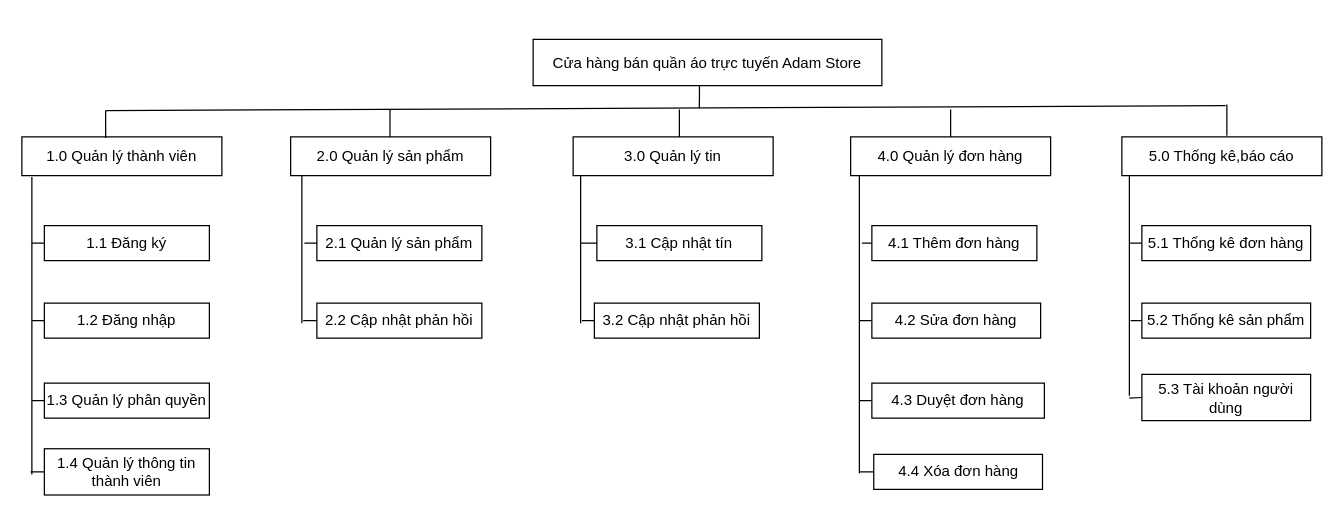
This is sdophancapchucnang.drawio from DungCR7/PHP, a draw.io file, before an edit. Source tidied: cells renumbered, new cells numbered last; positions are measured from the earlier drawing's top-left corner, leaving out a move shared by most shapes. Both pictures are drawn from the tidied source at 125%, with x=0, y=0 at pixel (21, 39).
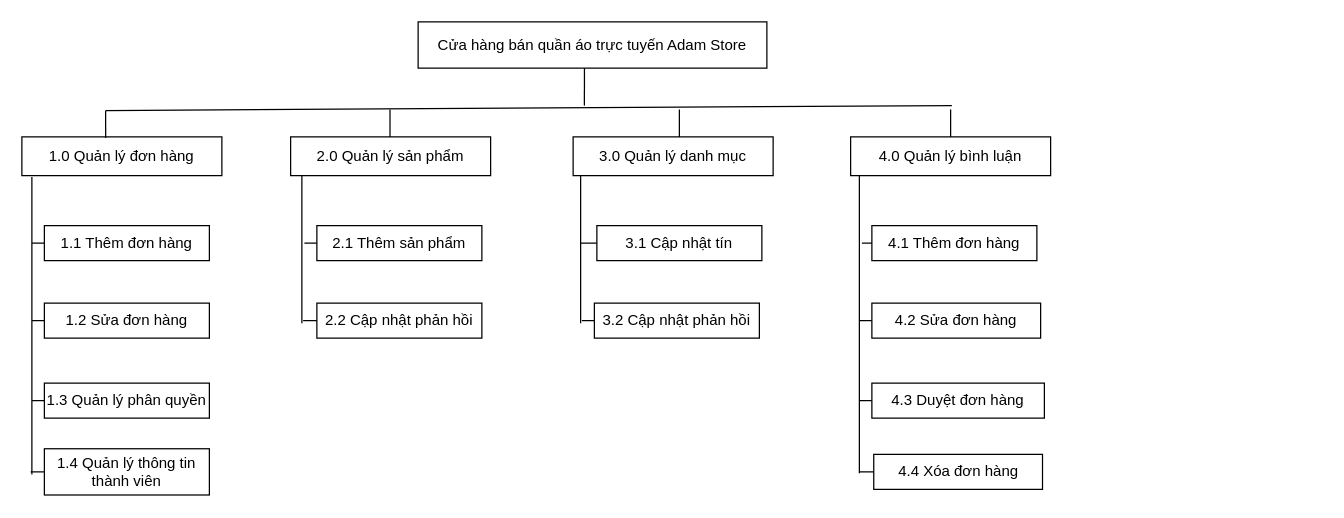
After the change.

Diff of the diagram source:
```diff
@@
     <mxCell id="2" value="Cửa hàng bán quần áo trực tuyến Adam Store" style="rounded=0;whiteSpace=wrap;html=1;" parent="1" vertex="1">
-      <mxGeometry x="409" width="279" height="37" as="geometry" />
+      <mxGeometry x="317" y="-14" width="279" height="37" as="geometry" />
     </mxCell>
-    <mxCell id="3" value="1.0 Quản lý thành viên" style="rounded=0;whiteSpace=wrap;html=1;" parent="1" vertex="1">
+    <mxCell id="3" value="1.0 Quản lý đơn hàng" style="rounded=0;whiteSpace=wrap;html=1;" parent="1" vertex="1">
       <mxGeometry y="78" width="160" height="31" as="geometry" />
     </mxCell>
@@
-    <mxCell id="5" value="3.0 Quản lý tin" style="rounded=0;whiteSpace=wrap;html=1;" parent="1" vertex="1">
+    <mxCell id="5" value="3.0 Quản lý danh mục" style="rounded=0;whiteSpace=wrap;html=1;" parent="1" vertex="1">
       <mxGeometry x="441" y="78" width="160" height="31" as="geometry" />
     </mxCell>
-    <mxCell id="6" value="4.0 Quản lý đơn hàng" style="rounded=0;whiteSpace=wrap;html=1;" parent="1" vertex="1">
+    <mxCell id="6" value="4.0 Quản lý bình luận" style="rounded=0;whiteSpace=wrap;html=1;" parent="1" vertex="1">
       <mxGeometry x="663" y="78" width="160" height="31" as="geometry" />
     </mxCell>
-    <mxCell id="7" value="5.0 Thống kê,báo cáo" style="rounded=0;whiteSpace=wrap;html=1;" parent="1" vertex="1">
-      <mxGeometry x="880" y="78" width="160" height="31" as="geometry" />
-    </mxCell>
-    <mxCell id="8" value="1.1 Đăng ký" style="rounded=0;whiteSpace=wrap;html=1;" parent="1" vertex="1">
+    <mxCell id="8" value="1.1 Thêm đơn hàng" style="rounded=0;whiteSpace=wrap;html=1;" parent="1" vertex="1">
       <mxGeometry x="18" y="149" width="132" height="28" as="geometry" />
     </mxCell>
-    <mxCell id="9" value="1.2 Đăng nhập" style="rounded=0;whiteSpace=wrap;html=1;" parent="1" vertex="1">
+    <mxCell id="9" value="1.2 Sửa đơn hàng" style="rounded=0;whiteSpace=wrap;html=1;" parent="1" vertex="1">
       <mxGeometry x="18" y="211" width="132" height="28" as="geometry" />
     </mxCell>
@@
-    <mxCell id="12" value="2.1 Quản lý sản phẩm" style="rounded=0;whiteSpace=wrap;html=1;" parent="1" vertex="1">
+    <mxCell id="12" value="2.1 Thêm sản phẩm" style="rounded=0;whiteSpace=wrap;html=1;" parent="1" vertex="1">
       <mxGeometry x="236" y="149" width="132" height="28" as="geometry" />
     </mxCell>
@@
-    <mxCell id="20" value="5.1 Thống kê đơn hàng" style="rounded=0;whiteSpace=wrap;html=1;" parent="1" vertex="1">
-      <mxGeometry x="896" y="149" width="135" height="28" as="geometry" />
-    </mxCell>
-    <mxCell id="21" value="5.2 Thống kê sản phẩm" style="rounded=0;whiteSpace=wrap;html=1;" parent="1" vertex="1">
-      <mxGeometry x="896" y="211" width="135" height="28" as="geometry" />
-    </mxCell>
-    <mxCell id="22" value="5.3 Tài khoản người dùng" style="rounded=0;whiteSpace=wrap;html=1;" parent="1" vertex="1">
-      <mxGeometry x="896" y="268" width="135" height="37" as="geometry" />
-    </mxCell>
     <mxCell id="23" style="endArrow=none;html=1;rounded=0;entryX=0.477;entryY=1;entryDx=0;entryDy=0;entryPerimeter=0;" parent="1" edge="1" target="2">
       <mxGeometry relative="1" as="geometry">
-        <mxPoint x="542" y="55" as="sourcePoint" />
+        <mxPoint x="450" y="53" as="sourcePoint" />
       </mxGeometry>
     </mxCell>
     <mxCell id="24" style="endArrow=none;html=1;rounded=0;" parent="1" edge="1">
       <mxGeometry relative="1" as="geometry">
         <mxPoint x="67" y="57" as="sourcePoint" />
-        <mxPoint x="963" y="53" as="targetPoint" />
+        <mxPoint x="744" y="53" as="targetPoint" />
       </mxGeometry>
     </mxCell>
@@
-    <mxCell id="29" style="endArrow=none;html=1;rounded=0;" parent="1" edge="1">
-      <mxGeometry relative="1" as="geometry">
-        <mxPoint x="886" y="285" as="sourcePoint" />
-        <mxPoint x="886" y="109" as="targetPoint" />
-      </mxGeometry>
-    </mxCell>
@@
-    <mxCell id="34" style="endArrow=none;html=1;rounded=0;" parent="1" edge="1">
-      <mxGeometry relative="1" as="geometry">
-        <mxPoint x="964" y="77" as="sourcePoint" />
-        <mxPoint x="964" y="52" as="targetPoint" />
-      </mxGeometry>
-    </mxCell>
-    <mxCell id="35" style="endArrow=none;html=1;rounded=0;entryX=0;entryY=0.5;entryDx=0;entryDy=0;" parent="1" edge="1" target="20">
-      <mxGeometry relative="1" as="geometry">
-        <mxPoint x="886" y="163" as="sourcePoint" />
-      </mxGeometry>
-    </mxCell>
-    <mxCell id="36" style="endArrow=none;html=1;rounded=0;entryX=0;entryY=0.5;entryDx=0;entryDy=0;" parent="1" edge="1" target="21">
-      <mxGeometry relative="1" as="geometry">
-        <mxPoint x="887" y="225" as="sourcePoint" />
-      </mxGeometry>
-    </mxCell>
-    <mxCell id="37" style="endArrow=none;html=1;rounded=0;entryX=0;entryY=0.5;entryDx=0;entryDy=0;" parent="1" edge="1" target="22">
-      <mxGeometry relative="1" as="geometry">
-        <mxPoint x="886" y="287" as="sourcePoint" />
-      </mxGeometry>
-    </mxCell>
```
